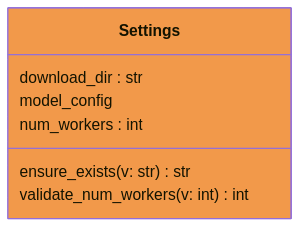
voidsy-gmbh/pyThermoNDT keeps this Mermaid diagram as docs/pyreverse/images/classes_Overview.png. Above is the earlier version. Its source is kept beside it as docs/pyreverse/mermaid/classes_Overview.mmd. The source it was exported from:
```mermaid
classDiagram
  class Settings {
    download_dir : str
    model_config
    num_workers : int
    ensure_exists(v: str) str
    validate_num_workers(v: int) int
  }
  style Settings fill:#F2994A
```
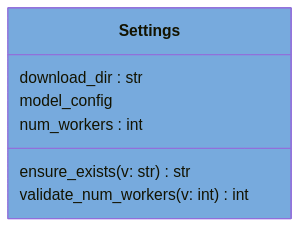
After the commit.

The edit, as a diff of the source:
```diff
@@ -6,4 +6,4 @@
     ensure_exists(v: str) str
     validate_num_workers(v: int) int
   }
-  style Settings fill:#F2994A
+  style Settings fill:#77AADD
```
